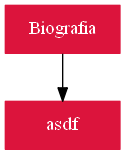
juanpaestrada20/EDD_PY2_201800709 keeps this Graphviz diagram as AVL_Categorias.png. Above is the earlier version. Its source is kept beside it as AVL_Categorias.dot.
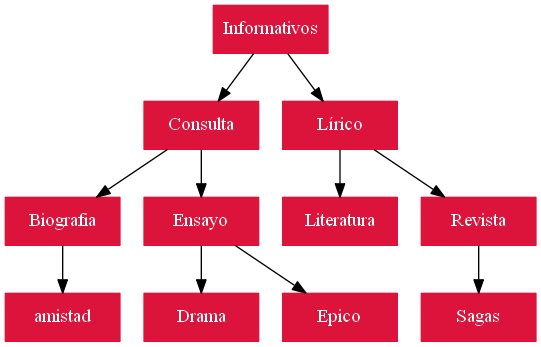
After the change.

The edit, as a diff of the source:
```diff
@@ -1,6 +1,15 @@
 digraph G{
 rankdir=TB;
 node [margin=0 shape=box width=1.2 color=crimson fontcolor=white style=filled ];
-Biografia->asdf
+Informativos->Consulta
+Consulta->Biografia
+Biografia->amistad
+Consulta->Ensayo
+Ensayo->Drama
+Ensayo->Epico
+Informativos->Lírico
+Lírico->Literatura
+Lírico->Revista
+Revista->Sagas
 
 }
```
